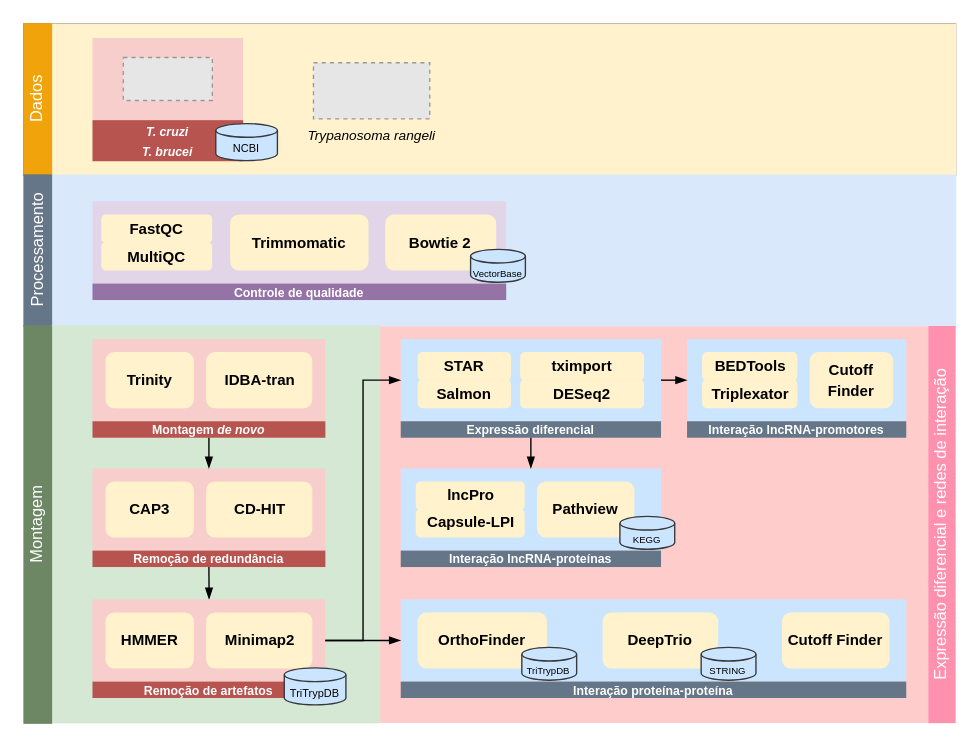
Before: ufsc/ppgbtc-doutorado/workflow_rnaseq_trangeli.drawio in ekazuo/draw-io, a draw.io diagram. Source tidied: cells renumbered, new cells numbered last; positions are measured from the earlier drawing's top-left corner, leaving out a move shared by most shapes. Both pictures are drawn from the tidied source at 137%, with x=0, y=0 at pixel (-162, 23). Pictures stored in the file or linked from it are replaced by grey dashed boxes.
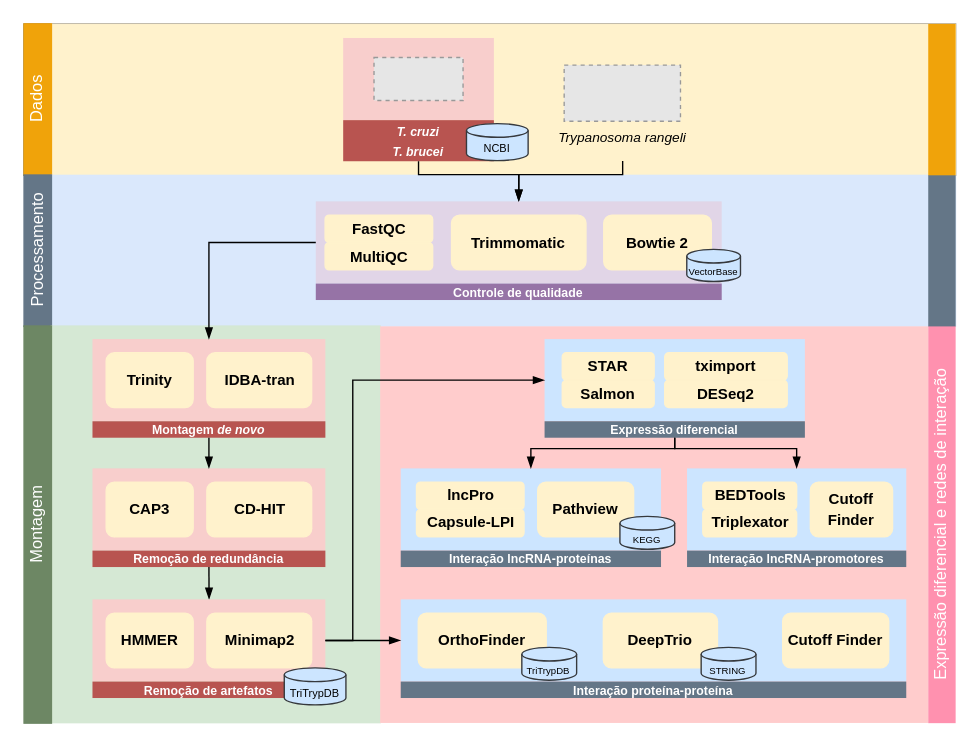
Above is the later version.

Commit message:
workflow geral

Unchanged cells that the change refers to:
```xml
<mxCell id="10" style="rounded=0;whiteSpace=wrap;html=1;arcSize=5;fontStyle=1;fillColor=#F8CECC;strokeColor=none;" parent="9" vertex="1">
  <mxGeometry width="170" height="60" as="geometry" />
</mxCell>
<mxCell id="25" style="rounded=0;whiteSpace=wrap;html=1;arcSize=5;fontStyle=1;fillColor=#F8CECC;strokeColor=none;" parent="24" vertex="1">
  <mxGeometry width="170" height="60" as="geometry" />
</mxCell>
<mxCell id="34" value="&lt;div&gt;&lt;font style=&quot;font-size: 9px;&quot; color=&quot;#ffffff&quot;&gt;&lt;i&gt;T. cruzi&lt;/i&gt;&lt;br&gt;&lt;/font&gt;&lt;/div&gt;&lt;div&gt;&lt;font style=&quot;font-size: 9px;&quot; color=&quot;#ffffff&quot;&gt;&lt;i&gt;T. brucei&lt;/i&gt;&lt;/font&gt;&lt;/div&gt;" style="rounded=0;whiteSpace=wrap;html=1;arcSize=5;fontStyle=1;fillColor=#B85450;strokeColor=none;" parent="32" vertex="1">
  <mxGeometry y="60" width="110" height="30" as="geometry" />
</mxCell>
<mxCell id="46" style="rounded=0;whiteSpace=wrap;html=1;arcSize=5;fontStyle=1;fillColor=#cce5ff;strokeColor=none;" parent="45" vertex="1">
  <mxGeometry width="190" height="60" as="geometry" />
</mxCell>
<mxCell id="48" value="&lt;font style=&quot;font-size: 9px;&quot; color=&quot;#ffffff&quot;&gt;Expressão diferencial&lt;br&gt;&lt;/font&gt;" style="rounded=0;whiteSpace=wrap;html=1;arcSize=5;fontStyle=1;fillColor=#647687;strokeColor=none;" parent="45" vertex="1">
  <mxGeometry y="60" width="190" height="12" as="geometry" />
</mxCell>
<mxCell id="53" style="rounded=0;whiteSpace=wrap;html=1;arcSize=5;fontStyle=1;fillColor=#cce5ff;strokeColor=none;" parent="52" vertex="1">
  <mxGeometry width="190" height="60" as="geometry" />
</mxCell>
<mxCell id="60" style="rounded=0;whiteSpace=wrap;html=1;arcSize=5;fontStyle=1;fillColor=#cce5ff;strokeColor=none;" parent="59" vertex="1">
  <mxGeometry width="160" height="60" as="geometry" />
</mxCell>
<mxCell id="66" style="rounded=0;whiteSpace=wrap;html=1;arcSize=5;fontStyle=1;fillColor=#cce5ff;strokeColor=none;" parent="65" vertex="1">
  <mxGeometry width="369" height="60" as="geometry" />
</mxCell>
```

Change to the diagram source:
```diff
@@
     <mxCell id="30" style="fillColor=#E6E6E6;strokeColor=#999999;dashed=1;verticalLabelPosition=bottom;labelBackgroundColor=default;verticalAlign=top;" parent="1" vertex="1">
-      <mxGeometry x="346.3" y="28.3" width="84.9" height="41" as="geometry" />
+      <mxGeometry x="529.3" y="30" width="84.9" height="41" as="geometry" />
     </mxCell>
+    <mxCell id="77" style="edgeStyle=orthogonalEdgeStyle;rounded=0;jettySize=auto;html=1;entryX=0.5;entryY=0;entryDx=0;entryDy=0;endArrow=blockThin;endFill=1;" parent="1" edge="1" target="38">
+      <mxGeometry relative="1" as="geometry">
+        <mxPoint x="572" y="100" as="sourcePoint" />
+        <Array as="points">
+          <mxPoint x="572" y="110" />
+          <mxPoint x="496" y="110" />
+        </Array>
+      </mxGeometry>
+    </mxCell>
     <mxCell id="31" value="&lt;div style=&quot;font-size: 10px;&quot;&gt;&lt;font style=&quot;font-size: 10px;&quot;&gt;&lt;i&gt;Trypanosoma rangeli&lt;br&gt;&lt;/i&gt;&lt;/font&gt;&lt;/div&gt;" style="text;html=1;strokeColor=none;fillColor=none;align=center;verticalAlign=middle;whiteSpace=wrap;rounded=0;" parent="1" vertex="1">
-      <mxGeometry x="335" y="71.2" width="107.5" height="19.5" as="geometry" />
+      <mxGeometry x="518" y="72.8" width="107.5" height="19.5" as="geometry" />
     </mxCell>
     <mxCell id="32" style="group;" parent="1" vertex="1">
-      <mxGeometry x="185" y="10.2" width="135" height="90" as="geometry" />
+      <mxGeometry x="368" y="10.2" width="135" height="90" as="geometry" />
     </mxCell>
@@
     <mxCell id="37" style="group;" parent="1" vertex="1">
-      <mxGeometry x="185" y="129.5" width="316" height="72" as="geometry" />
+      <mxGeometry x="348" y="129.5" width="310" height="72" as="geometry" />
     </mxCell>
     <mxCell id="38" style="rounded=0;whiteSpace=wrap;html=1;arcSize=5;fontStyle=1;fillColor=#e1d5e7;strokeColor=none;" parent="37" vertex="1">
-      <mxGeometry width="302" height="60" as="geometry" />
+      <mxGeometry width="296.3" height="60" as="geometry" />
     </mxCell>
     <mxCell id="39" value="&lt;div style=&quot;font-size: 11px;&quot;&gt;&lt;font style=&quot;font-size: 11px;&quot;&gt;FastQC&lt;/font&gt;&lt;/div&gt;" style="rounded=1;whiteSpace=wrap;html=1;fontStyle=1;fillColor=#fff2cc;strokeColor=#FFF2CC;" parent="37" vertex="1">
-      <mxGeometry x="6.9" y="10" width="80" height="20" as="geometry" />
+      <mxGeometry x="6.8" y="10" width="78.5" height="20" as="geometry" />
     </mxCell>
     <mxCell id="40" value="&lt;font style=&quot;font-size: 11px;&quot;&gt;Trimmomatic&lt;/font&gt;" style="rounded=1;whiteSpace=wrap;html=1;fontStyle=1;fillColor=#FFF2CC;strokeColor=#FFF2CC;" parent="37" vertex="1">
-      <mxGeometry x="101" y="10" width="100" height="40" as="geometry" />
+      <mxGeometry x="99.1" y="10" width="98.1" height="40" as="geometry" />
     </mxCell>
     <mxCell id="41" value="&lt;font style=&quot;font-size: 11px;&quot;&gt;Bowtie 2&lt;/font&gt;" style="rounded=1;whiteSpace=wrap;html=1;fontStyle=1;fillColor=#FFF2CC;strokeColor=#FFF2CC;" parent="37" vertex="1">
-      <mxGeometry x="214.2" y="10" width="80" height="40" as="geometry" />
+      <mxGeometry x="210.2" y="10" width="78.5" height="40" as="geometry" />
     </mxCell>
     <mxCell id="42" value="&lt;font style=&quot;font-size: 9px;&quot; color=&quot;#ffffff&quot;&gt;&lt;b&gt;&lt;font style=&quot;font-size: 9px;&quot;&gt;Controle de qualidade&lt;/font&gt;&lt;/b&gt;&lt;/font&gt;" style="rounded=0;whiteSpace=wrap;html=1;arcSize=5;fontStyle=1;fillColor=#9673A6;strokeColor=none;" parent="37" vertex="1">
-      <mxGeometry y="60" width="302" height="12" as="geometry" />
+      <mxGeometry y="60" width="296.3" height="12" as="geometry" />
     </mxCell>
     <mxCell id="43" value="&lt;font style=&quot;font-size: 7px;&quot;&gt;VectorBase&lt;/font&gt;" style="shape=cylinder3;whiteSpace=wrap;html=1;boundedLbl=1;backgroundOutline=1;size=5;fontSize=10;fillColor=#cce5ff;strokeColor=#36393d;" parent="37" vertex="1">
-      <mxGeometry x="276" y="35" width="40" height="24" as="geometry" />
+      <mxGeometry x="270.8" y="35" width="39.2" height="23.5" as="geometry" />
     </mxCell>
     <mxCell id="44" value="&lt;div style=&quot;font-size: 11px;&quot;&gt;&lt;font style=&quot;font-size: 11px;&quot;&gt;MultiQC&lt;/font&gt;&lt;/div&gt;" style="rounded=1;whiteSpace=wrap;html=1;fontStyle=1;fillColor=#fff2cc;strokeColor=#FFF2CC;" parent="37" vertex="1">
-      <mxGeometry x="6.9" y="30" width="80" height="20" as="geometry" />
+      <mxGeometry x="6.8" y="30" width="78.5" height="20" as="geometry" />
     </mxCell>
     <mxCell id="45" style="group;" parent="1" vertex="1">
-      <mxGeometry x="410" y="230" width="190" height="72" as="geometry" />
+      <mxGeometry x="515" y="230" width="190" height="72" as="geometry" />
     </mxCell>
@@
     <mxCell id="59" style="group;" parent="1" vertex="1">
-      <mxGeometry x="619" y="230" width="170" height="72" as="geometry" />
+      <mxGeometry x="619" y="324.4" width="170" height="72" as="geometry" />
     </mxCell>
@@
+    <mxCell id="74" style="edgeStyle=orthogonalEdgeStyle;rounded=0;jettySize=auto;html=1;exitX=1;exitY=0.5;exitDx=0;exitDy=0;entryX=0;entryY=0.5;entryDx=0;entryDy=0;endArrow=blockThin;endFill=1;" parent="1" edge="1" source="25" target="66">
+      <mxGeometry relative="1" as="geometry" />
+    </mxCell>
+    <mxCell id="78" style="edgeStyle=orthogonalEdgeStyle;rounded=0;jettySize=auto;html=1;exitX=0;exitY=0.5;exitDx=0;exitDy=0;endArrow=blockThin;endFill=1;" parent="1" edge="1" source="38" target="10">
+      <mxGeometry relative="1" as="geometry" />
+    </mxCell>
+    <mxCell id="79" style="edgeStyle=orthogonalEdgeStyle;rounded=0;jettySize=auto;html=1;exitX=0.5;exitY=1;exitDx=0;exitDy=0;entryX=0.5;entryY=0;entryDx=0;entryDy=0;endArrow=blockThin;endFill=1;" parent="1" edge="1" source="34" target="38">
+      <mxGeometry relative="1" as="geometry">
+        <Array as="points">
+          <mxPoint x="430" y="110" />
+          <mxPoint x="503" y="110" />
+        </Array>
+      </mxGeometry>
+    </mxCell>
+    <mxCell id="80" style="text;html=1;strokeColor=none;fillColor=#647687;align=center;verticalAlign=middle;whiteSpace=wrap;rounded=0;rotation=-90;fontColor=#000000;" parent="1" vertex="1">
+      <mxGeometry x="749.8" y="155.5" width="110.5" height="20" as="geometry" />
+    </mxCell>
+    <mxCell id="81" style="text;html=1;strokeColor=none;fillColor=#F0A30A;align=center;verticalAlign=middle;whiteSpace=wrap;rounded=0;rotation=-90;fontColor=#000000;" parent="1" vertex="1">
+      <mxGeometry x="749.8" y="45.2" width="110.5" height="20" as="geometry" />
+    </mxCell>
     <mxCell id="73" style="edgeStyle=orthogonalEdgeStyle;rounded=0;jettySize=auto;html=1;exitX=1;exitY=0.5;exitDx=0;exitDy=0;entryX=0;entryY=0.5;entryDx=0;entryDy=0;endArrow=blockThin;endFill=1;" parent="1" edge="1" source="25" target="46">
-      <mxGeometry relative="1" as="geometry" />
+      <mxGeometry relative="1" as="geometry">
+        <Array as="points">
+          <mxPoint x="375" y="450" />
+          <mxPoint x="375" y="260" />
+        </Array>
+      </mxGeometry>
     </mxCell>
-    <mxCell id="74" style="edgeStyle=orthogonalEdgeStyle;rounded=0;jettySize=auto;html=1;exitX=1;exitY=0.5;exitDx=0;exitDy=0;entryX=0;entryY=0.5;entryDx=0;entryDy=0;endArrow=blockThin;endFill=1;" parent="1" edge="1" source="25" target="66">
-      <mxGeometry relative="1" as="geometry" />
-    </mxCell>
-    <mxCell id="75" style="edgeStyle=orthogonalEdgeStyle;rounded=0;jettySize=auto;html=1;exitX=1;exitY=0.5;exitDx=0;exitDy=0;entryX=0;entryY=0.5;entryDx=0;entryDy=0;endArrow=blockThin;endFill=1;" parent="1" edge="1" source="46" target="60">
-      <mxGeometry relative="1" as="geometry" />
-    </mxCell>
-    <mxCell id="76" style="edgeStyle=orthogonalEdgeStyle;rounded=0;jettySize=auto;html=1;exitX=0.5;exitY=1;exitDx=0;exitDy=0;endArrow=blockThin;endFill=1;" parent="1" edge="1" source="48" target="53">
-      <mxGeometry relative="1" as="geometry" />
+    <mxCell id="76" style="edgeStyle=orthogonalEdgeStyle;rounded=0;jettySize=auto;html=1;exitX=0.5;exitY=1;exitDx=0;exitDy=0;entryX=0.5;entryY=0;entryDx=0;entryDy=0;endArrow=blockThin;endFill=1;" parent="1" edge="1" source="48" target="53">
+      <mxGeometry relative="1" as="geometry">
+        <Array as="points">
+          <mxPoint x="610" y="310" />
+          <mxPoint x="505" y="310" />
+        </Array>
+      </mxGeometry>
     </mxCell>
+    <mxCell id="82" style="edgeStyle=orthogonalEdgeStyle;rounded=0;jettySize=auto;html=1;exitX=0.5;exitY=1;exitDx=0;exitDy=0;entryX=0.5;entryY=0;entryDx=0;entryDy=0;endArrow=blockThin;endFill=1;" parent="1" edge="1" source="48" target="60">
+      <mxGeometry relative="1" as="geometry">
+        <Array as="points">
+          <mxPoint x="610" y="310" />
+          <mxPoint x="699" y="310" />
+        </Array>
+      </mxGeometry>
+    </mxCell>
```
